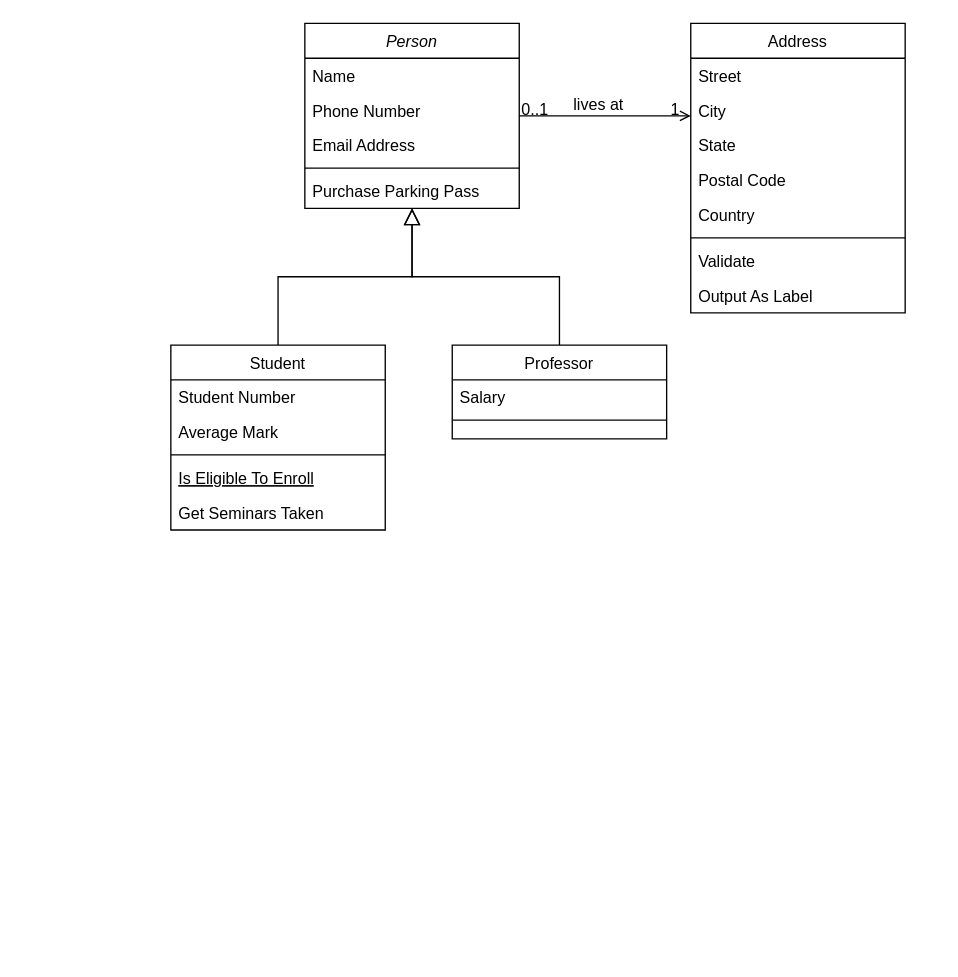
The draw.io diagram circuit_store.drawio in amine-elarass49/angular_doc, before the edit. Source tidied: cells renumbered, new cells numbered last; positions are measured from the earlier drawing's top-left corner, leaving out a move shared by most shapes. Both pictures are drawn from the tidied source at 134%, with x=0, y=0 at pixel (170, 23).
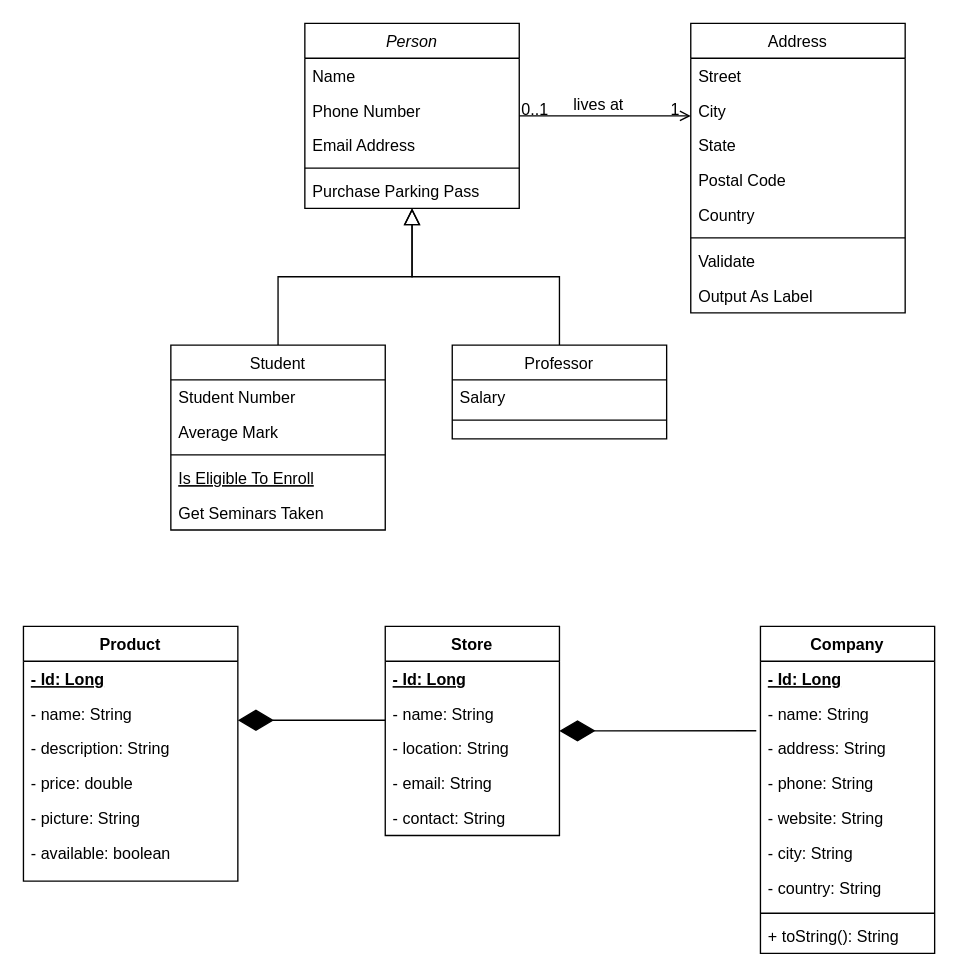
After the change.

What changed in the source:
```diff
@@
+    <mxCell id="32" value="Company" style="swimlane;fontStyle=1;align=center;verticalAlign=top;horizontal=1;startSize=26;rounded=0;shadow=0;strokeWidth=1;" parent="1" vertex="1">
+      <mxGeometry x="440" y="450" width="130" height="244" as="geometry" />
+    </mxCell>
+    <mxCell id="33" value="- Id: Long" style="text;align=left;verticalAlign=top;spacingLeft=4;spacingRight=4;overflow=hidden;fontStyle=5;" parent="32" vertex="1">
+      <mxGeometry y="26" width="130" height="26" as="geometry" />
+    </mxCell>
+    <mxCell id="34" value="- name: String" style="text;align=left;verticalAlign=top;spacingLeft=4;spacingRight=4;overflow=hidden;points=[[0,0.5],[1,0.5]];portConstraint=eastwest;rounded=0;shadow=0;html=0;" parent="32" vertex="1">
+      <mxGeometry y="52" width="130" height="26" as="geometry" />
+    </mxCell>
+    <mxCell id="35" value="- address: String" style="text;align=left;verticalAlign=top;spacingLeft=4;spacingRight=4;overflow=hidden;rounded=0;shadow=0;html=0;" parent="32" vertex="1">
+      <mxGeometry y="78" width="130" height="26" as="geometry" />
+    </mxCell>
+    <mxCell id="36" value="- phone: String" style="text;align=left;verticalAlign=top;spacingLeft=4;spacingRight=4;overflow=hidden;rounded=0;shadow=0;html=0;" parent="32" vertex="1">
+      <mxGeometry y="104" width="130" height="26" as="geometry" />
+    </mxCell>
+    <mxCell id="37" value="- website: String" style="text;align=left;verticalAlign=top;spacingLeft=4;spacingRight=4;overflow=hidden;rounded=0;shadow=0;html=0;" parent="32" vertex="1">
+      <mxGeometry y="130" width="130" height="26" as="geometry" />
+    </mxCell>
+    <mxCell id="38" value="- city: String" style="text;align=left;verticalAlign=top;spacingLeft=4;spacingRight=4;overflow=hidden;rounded=0;shadow=0;html=0;" parent="32" vertex="1">
+      <mxGeometry y="156" width="130" height="26" as="geometry" />
+    </mxCell>
+    <mxCell id="39" value="- country: String" style="text;align=left;verticalAlign=top;spacingLeft=4;spacingRight=4;overflow=hidden;" parent="32" vertex="1">
+      <mxGeometry y="182" width="130" height="28" as="geometry" />
+    </mxCell>
+    <mxCell id="40" style="line;strokeWidth=1;fillColor=none;align=left;verticalAlign=middle;spacingTop=-1;spacingLeft=3;spacingRight=3;labelPosition=right;strokeColor=inherit;" parent="32" vertex="1">
+      <mxGeometry y="210" width="130" height="8" as="geometry" />
+    </mxCell>
+    <mxCell id="41" value="+ toString(): String" style="text;align=left;verticalAlign=top;spacingLeft=4;spacingRight=4;overflow=hidden;rounded=0;shadow=0;html=0;" parent="32" vertex="1">
+      <mxGeometry y="218" width="130" height="22" as="geometry" />
+    </mxCell>
+    <mxCell id="42" value="Store" style="swimlane;fontStyle=1;align=center;verticalAlign=top;horizontal=1;startSize=26;rounded=0;shadow=0;strokeWidth=1;" parent="1" vertex="1">
+      <mxGeometry x="160" y="450" width="130" height="156" as="geometry" />
+    </mxCell>
+    <mxCell id="43" value="- Id: Long" style="text;align=left;verticalAlign=top;spacingLeft=4;spacingRight=4;overflow=hidden;fontStyle=5;" parent="42" vertex="1">
+      <mxGeometry y="26" width="130" height="26" as="geometry" />
+    </mxCell>
+    <mxCell id="44" value="- name: String" style="text;align=left;verticalAlign=top;spacingLeft=4;spacingRight=4;overflow=hidden;rounded=0;shadow=0;html=0;" parent="42" vertex="1">
+      <mxGeometry y="52" width="130" height="26" as="geometry" />
+    </mxCell>
+    <mxCell id="45" value="- location: String" style="text;align=left;verticalAlign=top;spacingLeft=4;spacingRight=4;overflow=hidden;rounded=0;shadow=0;html=0;" parent="42" vertex="1">
+      <mxGeometry y="78" width="130" height="26" as="geometry" />
+    </mxCell>
+    <mxCell id="46" value="- email: String" style="text;align=left;verticalAlign=top;spacingLeft=4;spacingRight=4;overflow=hidden;rounded=0;shadow=0;html=0;" parent="42" vertex="1">
+      <mxGeometry y="104" width="130" height="26" as="geometry" />
+    </mxCell>
+    <mxCell id="47" value="- contact: String" style="text;align=left;verticalAlign=top;spacingLeft=4;spacingRight=4;overflow=hidden;rounded=0;shadow=0;html=0;" parent="42" vertex="1">
+      <mxGeometry y="130" width="130" height="26" as="geometry" />
+    </mxCell>
+    <mxCell id="48" style="endArrow=diamondThin;endFill=1;endSize=24;html=1;rounded=0;exitX=-0.024;exitY=0.994;exitDx=0;exitDy=0;exitPerimeter=0;" parent="1" edge="1" source="34" target="42">
+      <mxGeometry relative="1" as="geometry" />
+    </mxCell>
+    <mxCell id="49" value="Product" style="swimlane;fontStyle=1;align=center;verticalAlign=top;horizontal=1;startSize=26;rounded=0;shadow=0;strokeWidth=1;" parent="1" vertex="1">
+      <mxGeometry x="-110" y="450" width="160" height="190" as="geometry" />
+    </mxCell>
+    <mxCell id="50" value="- Id: Long" style="text;align=left;verticalAlign=top;spacingLeft=4;spacingRight=4;overflow=hidden;fontStyle=5;" parent="49" vertex="1">
+      <mxGeometry y="26" width="160" height="26" as="geometry" />
+    </mxCell>
+    <mxCell id="51" value="- name: String" style="text;align=left;verticalAlign=top;spacingLeft=4;spacingRight=4;overflow=hidden;rounded=0;shadow=0;html=0;" parent="49" vertex="1">
+      <mxGeometry y="52" width="160" height="26" as="geometry" />
+    </mxCell>
+    <mxCell id="52" value="- description: String" style="text;align=left;verticalAlign=top;spacingLeft=4;spacingRight=4;overflow=hidden;rounded=0;shadow=0;html=0;" parent="49" vertex="1">
+      <mxGeometry y="78" width="160" height="26" as="geometry" />
+    </mxCell>
+    <mxCell id="53" value="- price: double" style="text;align=left;verticalAlign=top;spacingLeft=4;spacingRight=4;overflow=hidden;rounded=0;shadow=0;html=0;" parent="49" vertex="1">
+      <mxGeometry y="104" width="160" height="26" as="geometry" />
+    </mxCell>
+    <mxCell id="54" value="- picture: String" style="text;align=left;verticalAlign=top;spacingLeft=4;spacingRight=4;overflow=hidden;rounded=0;shadow=0;html=0;" parent="49" vertex="1">
+      <mxGeometry y="130" width="160" height="26" as="geometry" />
+    </mxCell>
+    <mxCell id="55" value="- available: boolean" style="text;align=left;verticalAlign=top;spacingLeft=4;spacingRight=4;overflow=hidden;rounded=0;shadow=0;html=0;" parent="49" vertex="1">
+      <mxGeometry y="156" width="160" height="34" as="geometry" />
+    </mxCell>
+    <mxCell id="56" style="endArrow=diamondThin;endFill=1;endSize=24;html=1;rounded=0;exitX=-0.024;exitY=0.994;exitDx=0;exitDy=0;exitPerimeter=0;" parent="1" edge="1">
+      <mxGeometry relative="1" as="geometry">
+        <mxPoint x="160" y="520" as="sourcePoint" />
+        <mxPoint x="50" y="520" as="targetPoint" />
+      </mxGeometry>
+    </mxCell>
```
